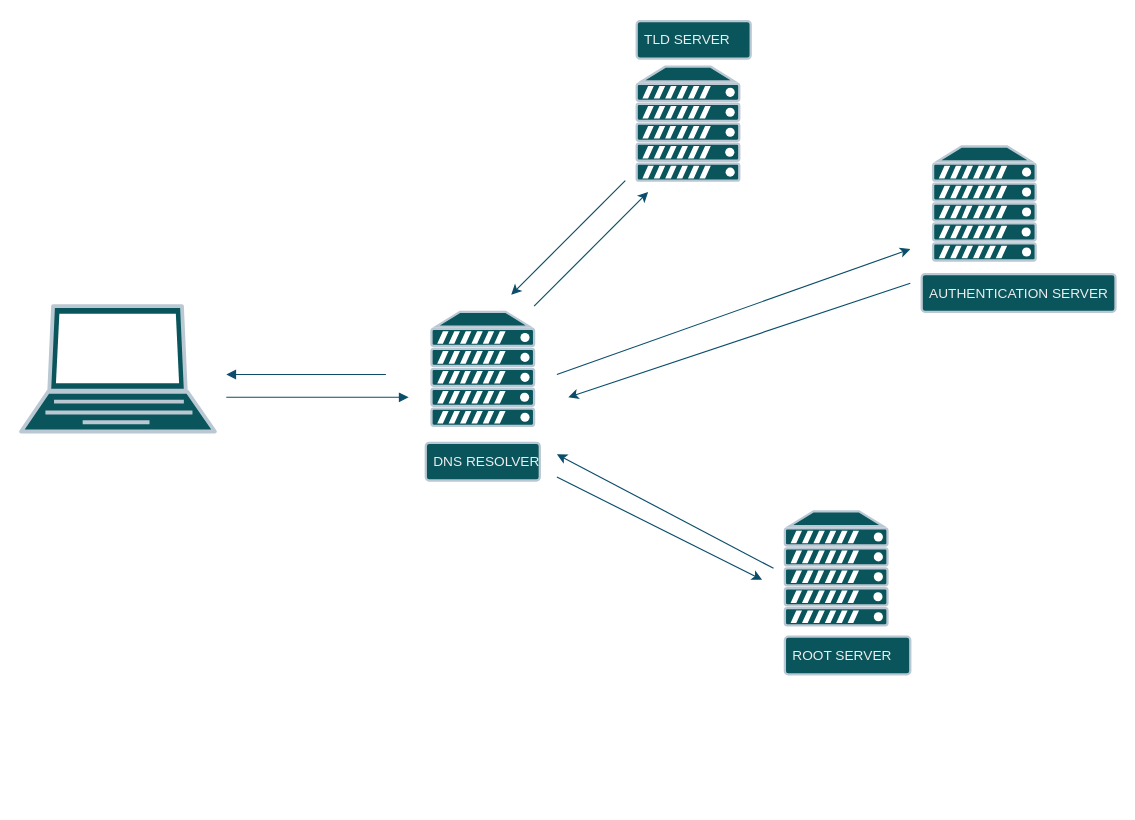
Earlier version of the draw.io diagram Untitled Diagram.drawio (Franklinson/whiteboard). Source tidied: cells renumbered, new cells numbered last; positions are measured from the earlier drawing's top-left corner, leaving out a move shared by most shapes. Both pictures are drawn from the tidied source at 114%, with x=0, y=0 at pixel (21, 21).
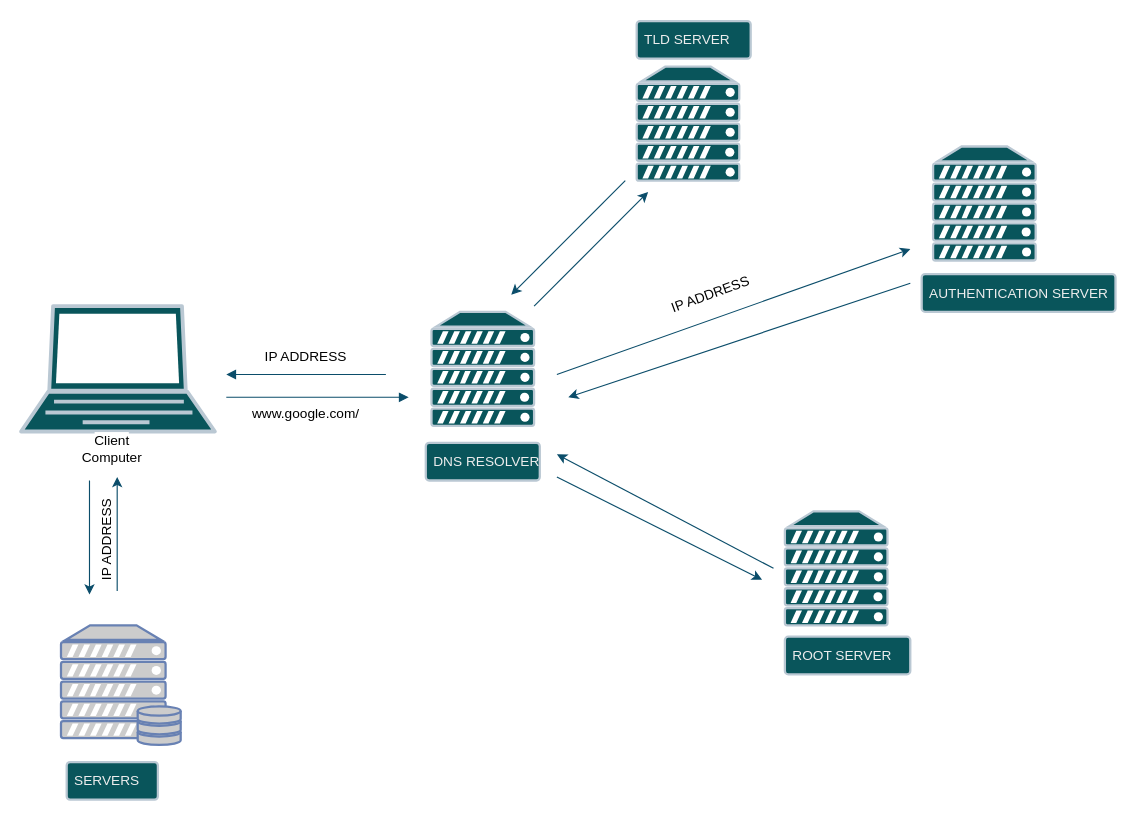
The same page after the edit.

Change to the diagram source:
```diff
@@
+    <mxCell id="19" value="&lt;font style=&quot;background-color: rgb(255, 255, 255);&quot; color=&quot;#000000&quot;&gt;Client Computer&lt;/font&gt;" style="text;html=1;strokeColor=none;fillColor=none;align=center;verticalAlign=middle;whiteSpace=wrap;rounded=0;fontColor=#EEEEEE;" parent="1" vertex="1">
+      <mxGeometry x="50" y="360" width="60" height="30" as="geometry" />
+    </mxCell>
+    <mxCell id="20" value="&lt;font color=&quot;#000000&quot;&gt;www.google.com/&lt;/font&gt;" style="text;html=1;strokeColor=none;fillColor=none;align=center;verticalAlign=middle;whiteSpace=wrap;rounded=0;fontColor=#EEEEEE;" parent="1" vertex="1">
+      <mxGeometry x="220" y="330" width="60" height="30" as="geometry" />
+    </mxCell>
+    <mxCell id="21" value="&lt;font color=&quot;#000000&quot;&gt;IP ADDRESS&lt;/font&gt;" style="text;html=1;strokeColor=none;fillColor=none;align=center;verticalAlign=middle;whiteSpace=wrap;rounded=0;fontColor=#EEEEEE;rotation=-20;" parent="1" vertex="1">
+      <mxGeometry x="550" y="225" width="110" height="30" as="geometry" />
+    </mxCell>
+    <mxCell id="22" value="&lt;font color=&quot;#000000&quot;&gt;IP ADDRESS&lt;/font&gt;" style="text;html=1;strokeColor=none;fillColor=none;align=center;verticalAlign=middle;whiteSpace=wrap;rounded=0;fontColor=#EEEEEE;rotation=0;" parent="1" vertex="1">
+      <mxGeometry x="195" y="280" width="110" height="30" as="geometry" />
+    </mxCell>
+    <mxCell id="23" style="endArrow=classic;html=1;rounded=0;strokeColor=#0B4D6A;" parent="1" edge="1">
+      <mxGeometry relative="1" as="geometry">
+        <mxPoint x="60" y="403" as="sourcePoint" />
+        <mxPoint x="60" y="503" as="targetPoint" />
+      </mxGeometry>
+    </mxCell>
+    <mxCell id="24" style="endArrow=classic;html=1;rounded=0;strokeColor=#0B4D6A;" parent="1" edge="1">
+      <mxGeometry relative="1" as="geometry">
+        <mxPoint x="84.3" y="500" as="sourcePoint" />
+        <mxPoint x="84.3" y="400" as="targetPoint" />
+      </mxGeometry>
+    </mxCell>
+    <mxCell id="25" style="fontColor=#0066CC;verticalAlign=top;verticalLabelPosition=bottom;labelPosition=center;align=center;html=1;fillColor=#CCCCCC;strokeColor=#6881B3;gradientColor=none;gradientDirection=north;strokeWidth=2;shape=mxgraph.networks.server_storage;" parent="1" vertex="1">
+      <mxGeometry x="35" y="530" width="105" height="105" as="geometry" />
+    </mxCell>
+    <mxCell id="26" value="SERVERS" style="rounded=1;arcSize=9;align=left;spacingLeft=5;strokeColor=#BAC8D3;html=1;strokeWidth=2;fontSize=12;labelBackgroundColor=none;fillColor=#09555B;fontColor=#EEEEEE;" parent="1" vertex="1">
+      <mxGeometry x="40" y="650" width="80" height="33" as="geometry" />
+    </mxCell>
+    <mxCell id="27" value="&lt;font color=&quot;#000000&quot;&gt;IP ADDRESS&lt;/font&gt;" style="text;html=1;strokeColor=none;fillColor=none;align=center;verticalAlign=middle;whiteSpace=wrap;rounded=0;fontColor=#EEEEEE;rotation=-90;" parent="1" vertex="1">
+      <mxGeometry x="20" y="440" width="110" height="30" as="geometry" />
+    </mxCell>
```
